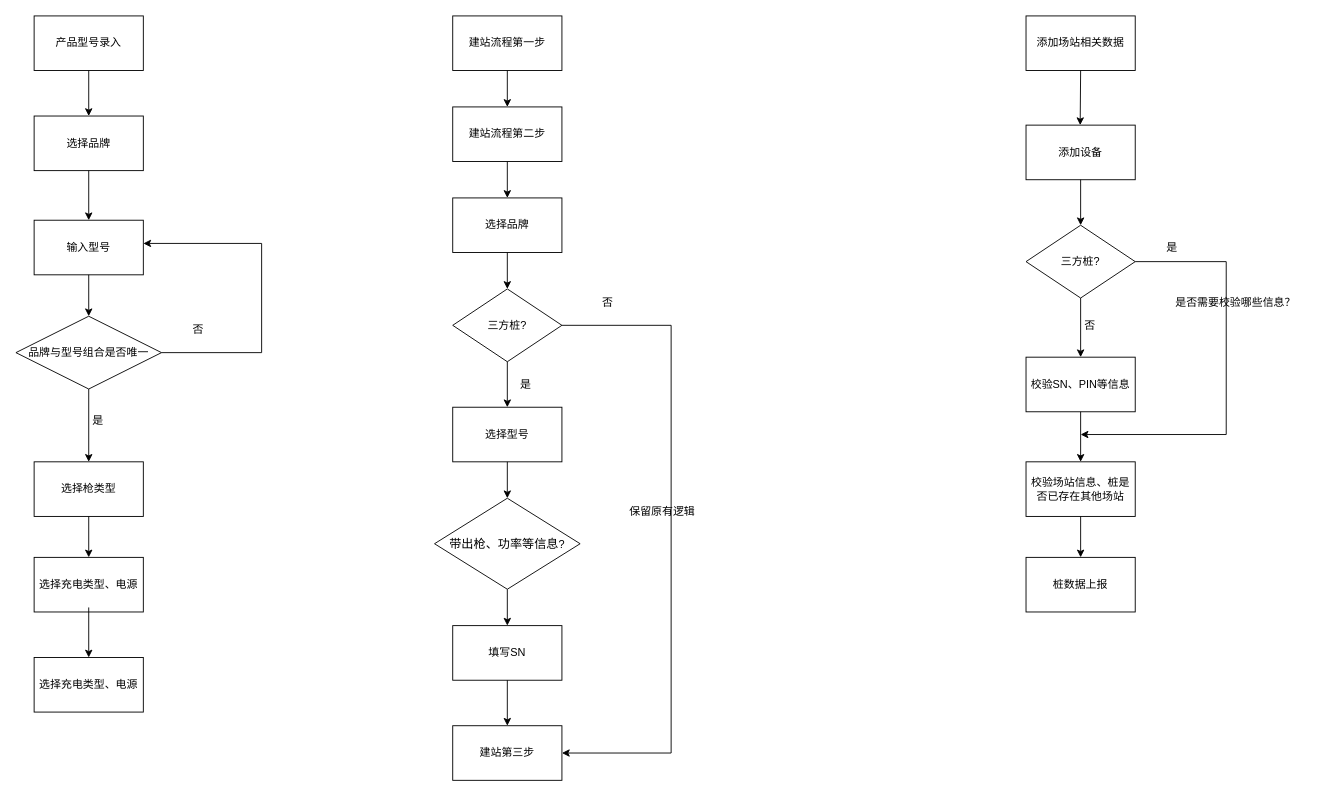
The draw.io diagram 未命名绘图.drawio in piaoransheng/draw.io, before the edit. Source tidied: cells renumbered, new cells numbered last; positions are measured from the earlier drawing's top-left corner, leaving out a move shared by most shapes. Both pictures are drawn from the tidied source at 91%, with x=0, y=0 at pixel (15, 15).
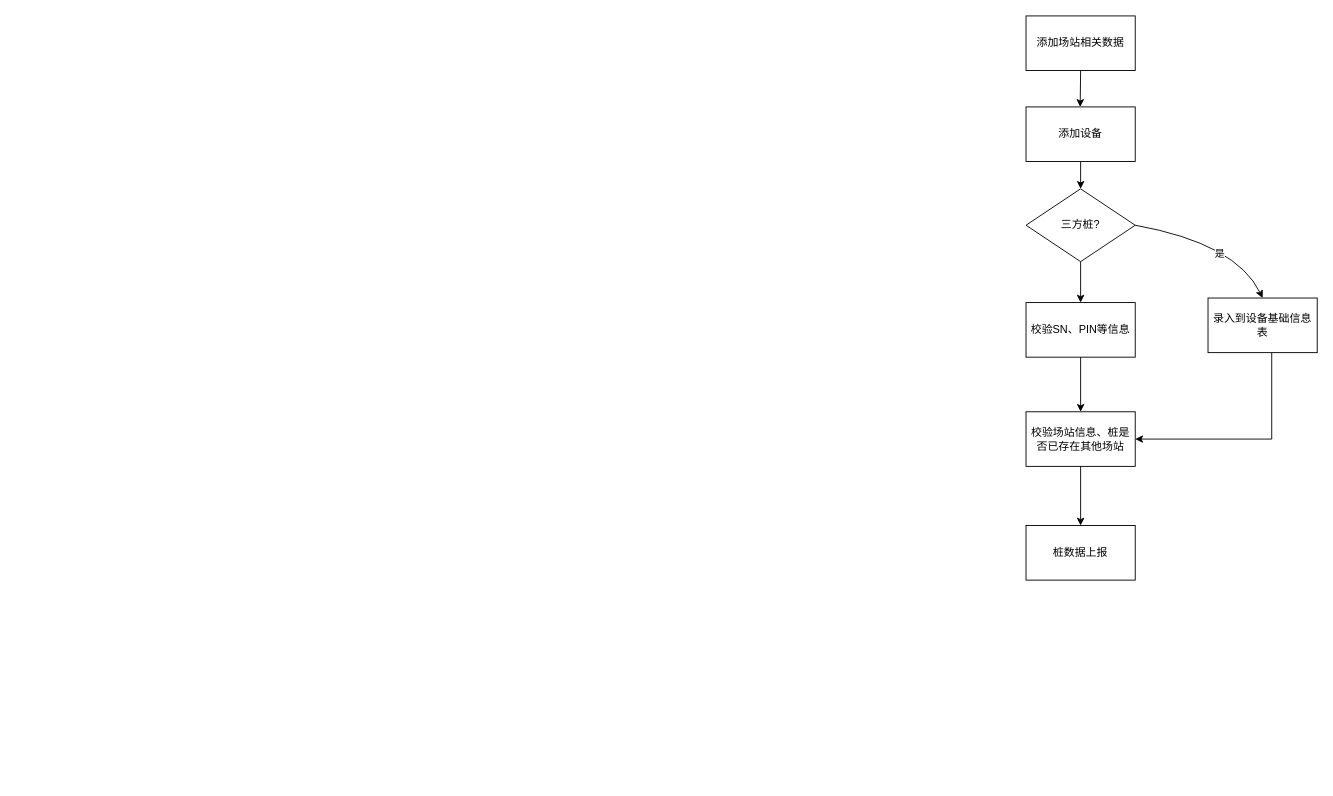
Above is the later version.

Commit message:
更新未命名绘图.drawio

The edit, as a diff of the source:
```diff
@@
-    <mxCell id="2" value="建站流程第一步" style="rounded=0;whiteSpace=wrap;html=1;" parent="1" vertex="1">
-      <mxGeometry x="480" width="120" height="60" as="geometry" />
-    </mxCell>
-    <mxCell id="3" style="endArrow=classic;html=1;rounded=0;exitX=0.5;exitY=1;exitDx=0;exitDy=0;entryX=0.5;entryY=0;entryDx=0;entryDy=0;" parent="1" edge="1" source="2" target="4">
-      <mxGeometry relative="1" as="geometry" />
-    </mxCell>
-    <mxCell id="4" value="建站流程第二步" style="rounded=0;whiteSpace=wrap;html=1;" parent="1" vertex="1">
-      <mxGeometry x="480" y="100" width="120" height="60" as="geometry" />
-    </mxCell>
-    <mxCell id="5" value="选择品牌" style="rounded=0;whiteSpace=wrap;html=1;" parent="1" vertex="1">
-      <mxGeometry x="480" y="200" width="120" height="60" as="geometry" />
-    </mxCell>
-    <mxCell id="6" style="endArrow=classic;html=1;rounded=0;exitX=0.5;exitY=1;exitDx=0;exitDy=0;entryX=0.5;entryY=0;entryDx=0;entryDy=0;" parent="1" edge="1" source="4" target="5">
-      <mxGeometry relative="1" as="geometry" />
-    </mxCell>
-    <mxCell id="7" style="endArrow=classic;html=1;rounded=0;exitX=0.5;exitY=1;exitDx=0;exitDy=0;entryX=0.5;entryY=0;entryDx=0;entryDy=0;" parent="1" edge="1" source="5" target="8">
-      <mxGeometry relative="1" as="geometry" />
-    </mxCell>
-    <mxCell id="8" value="三方桩?" style="rhombus;whiteSpace=wrap;html=1;" parent="1" vertex="1">
-      <mxGeometry x="480" y="300" width="120" height="80" as="geometry" />
-    </mxCell>
-    <mxCell id="9" style="endArrow=classic;html=1;rounded=0;exitX=0.5;exitY=1;exitDx=0;exitDy=0;entryX=0.5;entryY=0;entryDx=0;entryDy=0;" parent="1" edge="1" source="8" target="11">
-      <mxGeometry relative="1" as="geometry" />
-    </mxCell>
-    <mxCell id="10" value="是" style="text;html=1;align=center;verticalAlign=middle;strokeColor=none;fillColor=none;" parent="1" vertex="1">
-      <mxGeometry x="540" y="390" width="40" height="30" as="geometry" />
-    </mxCell>
-    <mxCell id="11" value="选择型号" style="rounded=0;whiteSpace=wrap;html=1;" parent="1" vertex="1">
-      <mxGeometry x="480" y="430" width="120" height="60" as="geometry" />
-    </mxCell>
-    <mxCell id="12" value="否" style="text;html=1;align=center;verticalAlign=middle;strokeColor=none;fillColor=none;" parent="1" vertex="1">
-      <mxGeometry x="630" y="300" width="40" height="30" as="geometry" />
-    </mxCell>
-    <mxCell id="13" style="endArrow=classic;html=1;rounded=0;exitX=0.5;exitY=1;exitDx=0;exitDy=0;entryX=0.5;entryY=0;entryDx=0;entryDy=0;" parent="1" edge="1" source="11" target="19">
-      <mxGeometry relative="1" as="geometry" />
-    </mxCell>
-    <mxCell id="14" value="填写SN" style="rounded=0;whiteSpace=wrap;html=1;" parent="1" vertex="1">
-      <mxGeometry x="480" y="670" width="120" height="60" as="geometry" />
-    </mxCell>
-    <mxCell id="15" style="endArrow=classic;html=1;rounded=0;entryX=0.5;entryY=0;entryDx=0;entryDy=0;exitX=0.5;exitY=1;exitDx=0;exitDy=0;" parent="1" edge="1" source="19" target="14">
-      <mxGeometry relative="1" as="geometry" />
-    </mxCell>
-    <mxCell id="16" style="endArrow=classic;html=1;rounded=0;exitX=1;exitY=0.5;exitDx=0;exitDy=0;entryX=1;entryY=0.5;entryDx=0;entryDy=0;" parent="1" edge="1" source="8" target="17">
-      <mxGeometry relative="1" as="geometry">
-        <Array as="points">
-          <mxPoint x="720" y="340" />
-          <mxPoint x="720" y="810" />
-        </Array>
-      </mxGeometry>
-    </mxCell>
-    <mxCell id="17" value="建站第三步" style="rounded=0;whiteSpace=wrap;html=1;" parent="1" vertex="1">
-      <mxGeometry x="480" y="780" width="120" height="60" as="geometry" />
-    </mxCell>
-    <mxCell id="18" style="endArrow=classic;html=1;rounded=0;exitX=0.5;exitY=1;exitDx=0;exitDy=0;entryX=0.5;entryY=0;entryDx=0;entryDy=0;" parent="1" edge="1" source="14" target="17">
-      <mxGeometry relative="1" as="geometry" />
-    </mxCell>
-    <mxCell id="19" value="&lt;span style=&quot;font-size: 13.3333px;&quot;&gt;带出枪、功率等信息&lt;/span&gt;?" style="rhombus;whiteSpace=wrap;html=1;" parent="1" vertex="1">
-      <mxGeometry x="460" y="530" width="160" height="100" as="geometry" />
-    </mxCell>
-    <mxCell id="20" value="保留原有逻辑" style="text;html=1;align=center;verticalAlign=middle;strokeColor=none;fillColor=none;rotation=0;" parent="1" vertex="1">
-      <mxGeometry x="660" y="530" width="100" height="30" as="geometry" />
-    </mxCell>
-    <mxCell id="21" value="产品型号录入" style="rounded=0;whiteSpace=wrap;html=1;" parent="1" vertex="1">
-      <mxGeometry x="20" width="120" height="60" as="geometry" />
-    </mxCell>
-    <mxCell id="22" value="选择品牌" style="rounded=0;whiteSpace=wrap;html=1;" parent="1" vertex="1">
-      <mxGeometry x="20" y="110" width="120" height="60" as="geometry" />
-    </mxCell>
-    <mxCell id="23" style="endArrow=classic;html=1;rounded=0;exitX=0.5;exitY=1;exitDx=0;exitDy=0;entryX=0.5;entryY=0;entryDx=0;entryDy=0;" parent="1" edge="1" source="21" target="22">
-      <mxGeometry relative="1" as="geometry" />
-    </mxCell>
-    <mxCell id="24" value="输入型号" style="rounded=0;whiteSpace=wrap;html=1;" parent="1" vertex="1">
-      <mxGeometry x="20" y="224.5" width="120" height="60" as="geometry" />
-    </mxCell>
-    <mxCell id="25" style="endArrow=classic;html=1;rounded=0;exitX=0.5;exitY=1;exitDx=0;exitDy=0;entryX=0.5;entryY=0;entryDx=0;entryDy=0;" parent="1" edge="1" source="22" target="24">
-      <mxGeometry relative="1" as="geometry" />
-    </mxCell>
-    <mxCell id="26" value="选择充电类型、电源" style="rounded=0;whiteSpace=wrap;html=1;" parent="1" vertex="1">
-      <mxGeometry x="20" y="595" width="120" height="60" as="geometry" />
-    </mxCell>
-    <mxCell id="27" style="endArrow=classic;html=1;rounded=0;exitX=0.5;exitY=1;exitDx=0;exitDy=0;entryX=0.5;entryY=0;entryDx=0;entryDy=0;" parent="1" edge="1" source="24" target="32">
-      <mxGeometry relative="1" as="geometry" />
-    </mxCell>
-    <mxCell id="28" value="选择枪类型" style="rounded=0;whiteSpace=wrap;html=1;" parent="1" vertex="1">
-      <mxGeometry x="20" y="490" width="120" height="60" as="geometry" />
-    </mxCell>
-    <mxCell id="29" style="endArrow=classic;html=1;rounded=0;exitX=0.5;exitY=1;exitDx=0;exitDy=0;entryX=0.5;entryY=0;entryDx=0;entryDy=0;" parent="1" edge="1" source="28" target="26">
-      <mxGeometry relative="1" as="geometry" />
-    </mxCell>
-    <mxCell id="30" value="选择充电类型、电源" style="rounded=0;whiteSpace=wrap;html=1;" parent="1" vertex="1">
-      <mxGeometry x="20" y="705" width="120" height="60" as="geometry" />
-    </mxCell>
-    <mxCell id="31" style="endArrow=classic;html=1;rounded=0;exitX=0.5;exitY=0.917;exitDx=0;exitDy=0;entryX=0.5;entryY=0;entryDx=0;entryDy=0;exitPerimeter=0;" parent="1" edge="1" source="26" target="30">
-      <mxGeometry relative="1" as="geometry" />
-    </mxCell>
-    <mxCell id="32" value="品牌与型号组合是否唯一" style="rhombus;whiteSpace=wrap;html=1;" parent="1" vertex="1">
-      <mxGeometry y="330" width="160" height="80" as="geometry" />
-    </mxCell>
-    <mxCell id="33" style="endArrow=classic;html=1;rounded=0;exitX=0.5;exitY=1;exitDx=0;exitDy=0;entryX=0.5;entryY=0;entryDx=0;entryDy=0;" parent="1" edge="1" source="32" target="28">
-      <mxGeometry relative="1" as="geometry" />
-    </mxCell>
-    <mxCell id="34" value="是" style="text;html=1;align=center;verticalAlign=middle;strokeColor=none;fillColor=none;" parent="1" vertex="1">
-      <mxGeometry x="70" y="430" width="40" height="30" as="geometry" />
-    </mxCell>
-    <mxCell id="35" style="endArrow=classic;html=1;rounded=0;exitX=1;exitY=0.5;exitDx=0;exitDy=0;" parent="1" edge="1" source="32">
-      <mxGeometry relative="1" as="geometry">
-        <mxPoint x="140" y="250" as="targetPoint" />
-        <Array as="points">
-          <mxPoint x="270" y="370" />
-          <mxPoint x="270" y="250" />
-        </Array>
-      </mxGeometry>
-    </mxCell>
-    <mxCell id="36" value="否" style="text;html=1;align=center;verticalAlign=middle;strokeColor=none;fillColor=none;" parent="1" vertex="1">
-      <mxGeometry x="180" y="330" width="40" height="30" as="geometry" />
-    </mxCell>
@@
     <mxCell id="39" value="添加设备" style="rounded=0;whiteSpace=wrap;html=1;" parent="1" vertex="1">
-      <mxGeometry x="1110" y="120" width="120" height="60" as="geometry" />
+      <mxGeometry x="1110" y="100" width="120" height="60" as="geometry" />
     </mxCell>
     <mxCell id="40" value="三方桩?" style="rhombus;whiteSpace=wrap;html=1;" parent="1" vertex="1">
-      <mxGeometry x="1110" y="230" width="120" height="80" as="geometry" />
+      <mxGeometry x="1110" y="190" width="120" height="80" as="geometry" />
     </mxCell>
@@
-    <mxCell id="43" value="否" style="text;html=1;align=center;verticalAlign=middle;strokeColor=none;fillColor=none;" parent="1" vertex="1">
-      <mxGeometry x="1160" y="325" width="40" height="30" as="geometry" />
-    </mxCell>
     <mxCell id="44" value="校验SN、PIN等信息" style="rounded=0;whiteSpace=wrap;html=1;" parent="1" vertex="1">
-      <mxGeometry x="1110" y="375" width="120" height="60" as="geometry" />
+      <mxGeometry x="1110" y="315" width="120" height="60" as="geometry" />
     </mxCell>
-    <mxCell id="45" style="endArrow=classic;html=1;rounded=0;exitX=1;exitY=0.5;exitDx=0;exitDy=0;" parent="1" edge="1" source="40">
-      <mxGeometry relative="1" as="geometry">
-        <mxPoint x="1170" y="460" as="targetPoint" />
-        <Array as="points">
-          <mxPoint x="1330" y="270" />
-          <mxPoint x="1330" y="460" />
-        </Array>
-      </mxGeometry>
-    </mxCell>
-    <mxCell id="46" value="是" style="text;html=1;align=center;verticalAlign=middle;strokeColor=none;fillColor=none;" parent="1" vertex="1">
-      <mxGeometry x="1250" y="239.5" width="40" height="30" as="geometry" />
-    </mxCell>
-    <mxCell id="47" value="是否需要校验哪些信息？" style="text;html=1;align=center;verticalAlign=middle;strokeColor=none;fillColor=none;" parent="1" vertex="1">
-      <mxGeometry x="1255" y="300" width="170" height="30" as="geometry" />
-    </mxCell>
     <mxCell id="48" value="校验场站信息、桩是否已存在其他场站" style="rounded=0;whiteSpace=wrap;html=1;" parent="1" vertex="1">
-      <mxGeometry x="1110" y="490" width="120" height="60" as="geometry" />
+      <mxGeometry x="1110" y="435" width="120" height="60" as="geometry" />
     </mxCell>
@@
     <mxCell id="50" value="桩数据上报" style="rounded=0;whiteSpace=wrap;html=1;" parent="1" vertex="1">
-      <mxGeometry x="1110" y="595" width="120" height="60" as="geometry" />
+      <mxGeometry x="1110" y="560" width="120" height="60" as="geometry" />
     </mxCell>
@@
+    <mxCell id="52" style="edgeStyle=orthogonalEdgeStyle;jettySize=auto;html=1;rounded=0;entryX=1;entryY=0.5;entryDx=0;entryDy=0;" parent="1" edge="1" source="53" target="48">
+      <mxGeometry relative="1" as="geometry">
+        <Array as="points">
+          <mxPoint x="1380" y="465" />
+        </Array>
+      </mxGeometry>
+    </mxCell>
+    <mxCell id="53" value="录入到设备基础信息表" style="rounded=0;whiteSpace=wrap;html=1;" parent="1" vertex="1">
+      <mxGeometry x="1310" y="310" width="120" height="60" as="geometry" />
+    </mxCell>
+    <mxCell id="54" value="是" style="endArrow=classic;html=1;exitX=1;exitY=0.5;exitDx=0;exitDy=0;entryX=0.5;entryY=0;entryDx=0;entryDy=0;curved=1;" parent="1" edge="1" source="40" target="53">
+      <mxGeometry x="0.28" y="-21" relative="1" as="geometry">
+        <Array as="points">
+          <mxPoint x="1341" y="250" />
+        </Array>
+      </mxGeometry>
+    </mxCell>
```
